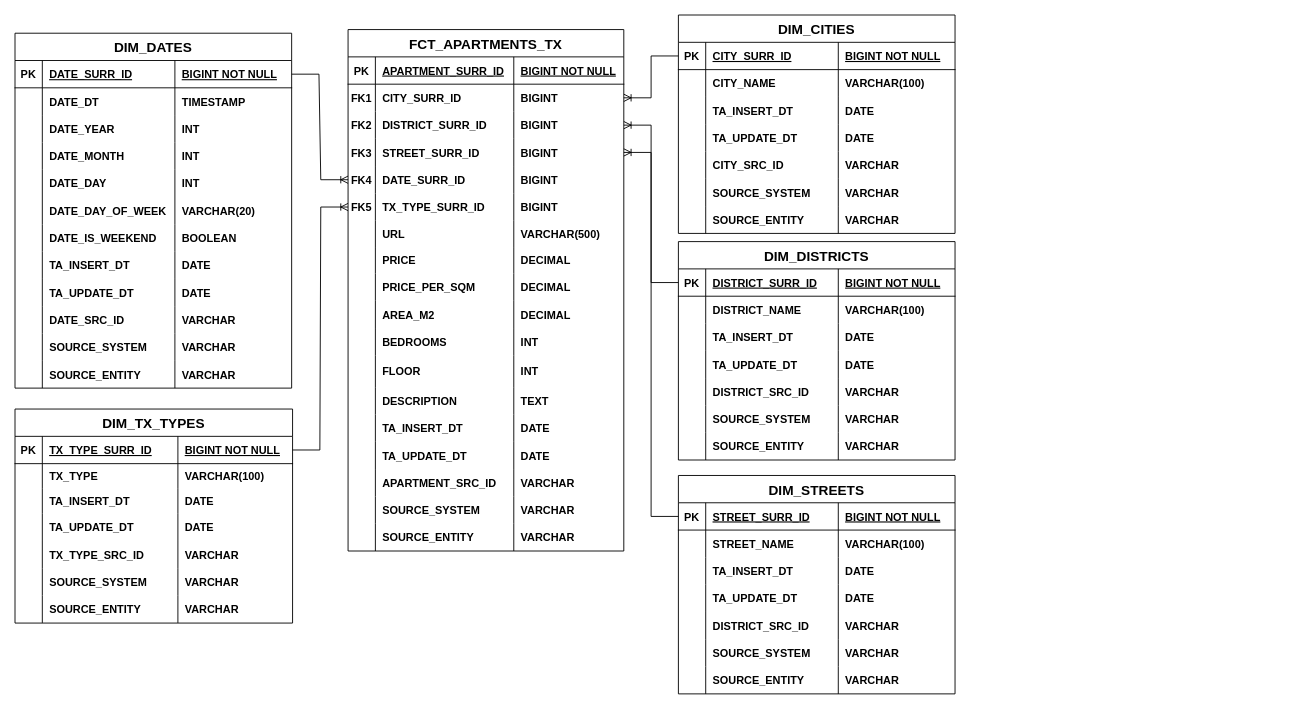
This is Apartments_Star_Schema.drawio from GiorgiEz/apartment-analytics, a draw.io file, before an edit. Source tidied: cells renumbered, new cells numbered last; positions are measured from the earlier drawing's top-left corner, leaving out a move shared by most shapes. Both pictures are drawn from the tidied source at 91%, with x=0, y=0 at pixel (15, 15).
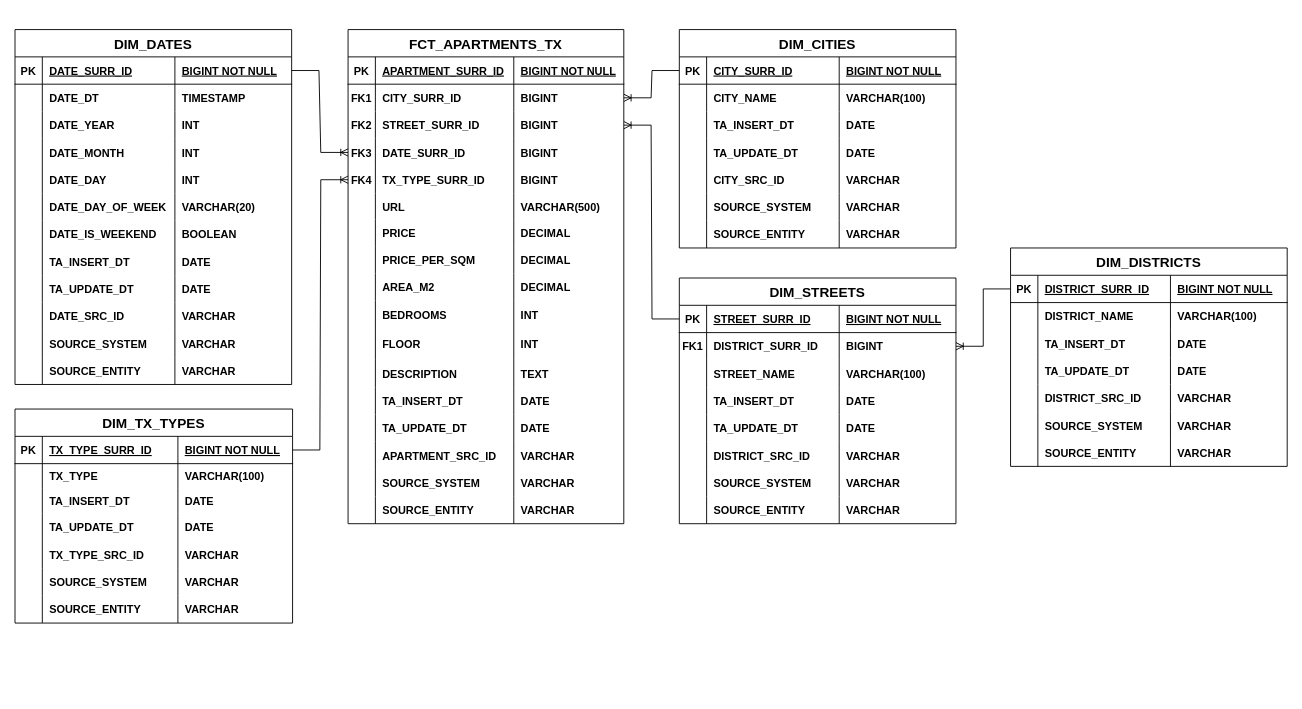
The same page after the edit.

Commit message:
Changed from star to snowflake schema, by removing district from fact table and adding in street table.

Unchanged cells that the change refers to:
```xml
<mxCell id="155" style="shape=partialRectangle;fillColor=none;points=[[0,0.5],[1,0.5]];portConstraint=eastwest;top=0;left=0;right=0;bottom=1;" parent="154" vertex="1">
  <mxGeometry y="30" width="304" height="30" as="geometry" />
</mxCell>
```

Change to the diagram source:
```diff
@@
     <mxCell id="2" value="FCT_APARTMENTS_TX" style="shape=table;startSize=30;childLayout=tableLayout;rowLines=0;fontStyle=1;align=center;fontSize=15;" parent="1" vertex="1">
-      <mxGeometry x="366" y="16" width="303" height="573" as="geometry" />
+      <mxGeometry x="366" y="16" width="303" height="543" as="geometry" />
     </mxCell>
@@
-    <mxCell id="11" style="shape=partialRectangle;fillColor=none;points=[[0,0.5],[1,0.5]];portConstraint=eastwest;top=0;left=0;right=0;bottom=0;" parent="2" vertex="1">
-      <mxGeometry y="90" width="303" height="30" as="geometry" />
-    </mxCell>
-    <mxCell id="12" value="FK2" style="shape=partialRectangle;overflow=hidden;fillColor=none;top=0;left=0;bottom=0;right=0;fontStyle=1;" parent="11" vertex="1">
-      <mxGeometry width="30" height="30" as="geometry" />
-    </mxCell>
-    <mxCell id="13" value="DISTRICT_SURR_ID" style="shape=partialRectangle;overflow=hidden;fillColor=none;top=0;left=0;bottom=0;right=0;align=left;spacingLeft=6;fontStyle=1;" parent="11" vertex="1">
-      <mxGeometry x="30" width="152.1" height="30" as="geometry" />
-    </mxCell>
-    <mxCell id="14" value="BIGINT" style="shape=partialRectangle;overflow=hidden;fillColor=none;top=0;left=0;bottom=0;right=0;align=left;spacingLeft=6;fontStyle=1;" parent="11" vertex="1">
-      <mxGeometry x="182.1" width="120.9" height="30" as="geometry" />
-    </mxCell>
     <mxCell id="15" style="shape=partialRectangle;fillColor=none;points=[[0,0.5],[1,0.5]];portConstraint=eastwest;top=0;left=0;right=0;bottom=0;" parent="2" vertex="1">
-      <mxGeometry y="120" width="303" height="30" as="geometry" />
+      <mxGeometry y="90" width="303" height="30" as="geometry" />
     </mxCell>
-    <mxCell id="16" value="FK3" style="shape=partialRectangle;overflow=hidden;fillColor=none;top=0;left=0;bottom=0;right=0;fontStyle=1;" parent="15" vertex="1">
+    <mxCell id="16" value="FK2" style="shape=partialRectangle;overflow=hidden;fillColor=none;top=0;left=0;bottom=0;right=0;fontStyle=1;" parent="15" vertex="1">
       <mxGeometry width="30" height="30" as="geometry" />
     </mxCell>
@@
     <mxCell id="19" style="shape=partialRectangle;fillColor=none;points=[[0,0.5],[1,0.5]];portConstraint=eastwest;top=0;left=0;right=0;bottom=0;" parent="2" vertex="1">
-      <mxGeometry y="150" width="303" height="30" as="geometry" />
+      <mxGeometry y="120" width="303" height="30" as="geometry" />
     </mxCell>
-    <mxCell id="20" value="FK4" style="shape=partialRectangle;overflow=hidden;fillColor=none;top=0;left=0;bottom=0;right=0;fontStyle=1;" parent="19" vertex="1">
+    <mxCell id="20" value="FK3" style="shape=partialRectangle;overflow=hidden;fillColor=none;top=0;left=0;bottom=0;right=0;fontStyle=1;" parent="19" vertex="1">
       <mxGeometry width="30" height="30" as="geometry" />
     </mxCell>
@@
     <mxCell id="23" style="shape=partialRectangle;fillColor=none;points=[[0,0.5],[1,0.5]];portConstraint=eastwest;top=0;left=0;right=0;bottom=0;" parent="2" vertex="1">
-      <mxGeometry y="180" width="303" height="30" as="geometry" />
+      <mxGeometry y="150" width="303" height="30" as="geometry" />
     </mxCell>
-    <mxCell id="24" value="FK5" style="shape=partialRectangle;overflow=hidden;fillColor=none;top=0;left=0;bottom=0;right=0;fontStyle=1;" parent="23" vertex="1">
+    <mxCell id="24" value="FK4" style="shape=partialRectangle;overflow=hidden;fillColor=none;top=0;left=0;bottom=0;right=0;fontStyle=1;" parent="23" vertex="1">
       <mxGeometry width="30" height="30" as="geometry" />
     </mxCell>
@@
     <mxCell id="27" style="shape=partialRectangle;fillColor=none;top=0;left=0;right=0;bottom=0;" parent="2" vertex="1">
-      <mxGeometry y="210" width="303" height="29" as="geometry" />
+      <mxGeometry y="180" width="303" height="29" as="geometry" />
     </mxCell>
@@
     <mxCell id="31" style="shape=partialRectangle;fillColor=none;top=0;left=0;right=0;bottom=0;" parent="2" vertex="1">
-      <mxGeometry y="239" width="303" height="29" as="geometry" />
+      <mxGeometry y="209" width="303" height="29" as="geometry" />
     </mxCell>
@@
     <mxCell id="35" style="shape=partialRectangle;fillColor=none;top=0;left=0;right=0;bottom=0;" parent="2" vertex="1">
-      <mxGeometry y="268" width="303" height="30" as="geometry" />
+      <mxGeometry y="238" width="303" height="30" as="geometry" />
     </mxCell>
@@
     <mxCell id="39" style="shape=partialRectangle;fillColor=none;top=0;left=0;right=0;bottom=0;" parent="2" vertex="1">
-      <mxGeometry y="298" width="303" height="30" as="geometry" />
+      <mxGeometry y="268" width="303" height="30" as="geometry" />
     </mxCell>
@@
     <mxCell id="43" style="shape=partialRectangle;fillColor=none;top=0;left=0;right=0;bottom=0;" parent="2" vertex="1">
-      <mxGeometry y="328" width="303" height="30" as="geometry" />
+      <mxGeometry y="298" width="303" height="30" as="geometry" />
     </mxCell>
@@
     <mxCell id="47" style="shape=partialRectangle;fillColor=none;top=0;left=0;right=0;bottom=0;" parent="2" vertex="1">
-      <mxGeometry y="358" width="303" height="35" as="geometry" />
+      <mxGeometry y="328" width="303" height="35" as="geometry" />
     </mxCell>
@@
     <mxCell id="51" style="shape=tableRow;horizontal=0;startSize=0;swimlaneHead=0;swimlaneBody=0;fillColor=none;top=0;left=0;right=0;bottom=0;" parent="2" vertex="1">
-      <mxGeometry y="393" width="303" height="30" as="geometry" />
+      <mxGeometry y="363" width="303" height="30" as="geometry" />
     </mxCell>
@@
     <mxCell id="55" style="shape=partialRectangle;fillColor=none;top=0;left=0;right=0;bottom=0;" parent="2" vertex="1">
-      <mxGeometry y="423" width="303" height="30" as="geometry" />
+      <mxGeometry y="393" width="303" height="30" as="geometry" />
     </mxCell>
@@
     <mxCell id="59" style="shape=partialRectangle;fillColor=none;top=0;left=0;right=0;bottom=0;" parent="2" vertex="1">
-      <mxGeometry y="453" width="303" height="30" as="geometry" />
+      <mxGeometry y="423" width="303" height="30" as="geometry" />
     </mxCell>
@@
     <mxCell id="63" style="shape=partialRectangle;fillColor=none;top=0;left=0;right=0;bottom=0;" parent="2" vertex="1">
-      <mxGeometry y="483" width="303" height="30" as="geometry" />
+      <mxGeometry y="453" width="303" height="30" as="geometry" />
     </mxCell>
@@
     <mxCell id="67" style="shape=partialRectangle;fillColor=none;top=0;left=0;right=0;bottom=0;" parent="2" vertex="1">
-      <mxGeometry y="513" width="303" height="30" as="geometry" />
+      <mxGeometry y="483" width="303" height="30" as="geometry" />
     </mxCell>
@@
     <mxCell id="71" style="shape=partialRectangle;fillColor=none;top=0;left=0;right=0;bottom=0;" parent="2" vertex="1">
-      <mxGeometry y="543" width="303" height="30" as="geometry" />
+      <mxGeometry y="513" width="303" height="30" as="geometry" />
     </mxCell>
@@
     <mxCell id="75" value="DIM_DATES" style="shape=table;startSize=30;childLayout=tableLayout;rowLines=0;fontStyle=1;align=center;fontSize=15;" parent="1" vertex="1">
-      <mxGeometry y="20" width="304" height="390" as="geometry" />
+      <mxGeometry y="16" width="304" height="390" as="geometry" />
     </mxCell>
@@
     <mxCell id="125" value="DIM_CITIES" style="shape=table;startSize=30;childLayout=tableLayout;rowLines=0;fontStyle=1;align=center;fontSize=15;" parent="1" vertex="1">
-      <mxGeometry x="729" width="304" height="240" as="geometry" />
+      <mxGeometry x="730" y="16" width="304" height="240" as="geometry" />
     </mxCell>
@@
     <mxCell id="154" value="DIM_DISTRICTS" style="shape=table;startSize=30;childLayout=tableLayout;rowLines=0;fontStyle=1;align=center;fontSize=15;" parent="1" vertex="1">
-      <mxGeometry x="729" y="249" width="304" height="240" as="geometry" />
+      <mxGeometry x="1094" y="256" width="304" height="240" as="geometry" />
     </mxCell>
@@
     <mxCell id="183" value="DIM_STREETS" style="shape=table;startSize=30;childLayout=tableLayout;rowLines=0;fontStyle=1;align=center;fontSize=15;" parent="1" vertex="1">
-      <mxGeometry x="729" y="506" width="304" height="240" as="geometry" />
+      <mxGeometry x="730" y="289" width="304" height="270" as="geometry" />
     </mxCell>
@@
+    <mxCell id="245" style="shape=tableRow;horizontal=0;startSize=0;swimlaneHead=0;swimlaneBody=0;fillColor=none;points=[[0,0.5],[1,0.5]];portConstraint=eastwest;top=0;left=0;right=0;bottom=0;" parent="183" vertex="1">
+      <mxGeometry y="60" width="304" height="30" as="geometry" />
+    </mxCell>
+    <mxCell id="246" value="FK1" style="shape=partialRectangle;fillColor=none;top=0;left=0;bottom=0;right=0;overflow=hidden;fontStyle=1;" parent="245" vertex="1">
+      <mxGeometry width="30" height="30" as="geometry" />
+    </mxCell>
+    <mxCell id="13" value="DISTRICT_SURR_ID" style="shape=partialRectangle;fillColor=none;top=0;left=0;bottom=0;right=0;align=left;spacingLeft=6;overflow=hidden;fontStyle=1;" parent="245" vertex="1">
+      <mxGeometry x="30" width="145.7" height="30" as="geometry" />
+    </mxCell>
+    <mxCell id="14" value="BIGINT" style="shape=partialRectangle;fillColor=none;top=0;left=0;bottom=0;right=0;align=left;spacingLeft=6;overflow=hidden;fontStyle=1;" parent="245" vertex="1">
+      <mxGeometry x="175.7" width="128.3" height="30" as="geometry" />
+    </mxCell>
     <mxCell id="188" style="shape=tableRow;horizontal=0;startSize=0;swimlaneHead=0;swimlaneBody=0;fillColor=none;top=0;left=0;right=0;bottom=0;" parent="183" vertex="1">
-      <mxGeometry y="60" width="304" height="30" as="geometry" />
+      <mxGeometry y="90" width="304" height="30" as="geometry" />
     </mxCell>
@@
     <mxCell id="192" style="shape=partialRectangle;fillColor=none;top=0;left=0;right=0;bottom=0;" parent="183" vertex="1">
-      <mxGeometry y="90" width="304" height="30" as="geometry" />
+      <mxGeometry y="120" width="304" height="30" as="geometry" />
     </mxCell>
@@
     <mxCell id="196" style="shape=partialRectangle;fillColor=none;top=0;left=0;right=0;bottom=0;" parent="183" vertex="1">
-      <mxGeometry y="120" width="304" height="30" as="geometry" />
+      <mxGeometry y="150" width="304" height="30" as="geometry" />
     </mxCell>
@@
     <mxCell id="200" style="shape=partialRectangle;fillColor=none;top=0;left=0;right=0;bottom=0;" parent="183" vertex="1">
-      <mxGeometry y="150" width="304" height="30" as="geometry" />
+      <mxGeometry y="180" width="304" height="30" as="geometry" />
     </mxCell>
@@
     <mxCell id="204" style="shape=partialRectangle;fillColor=none;top=0;left=0;right=0;bottom=0;" parent="183" vertex="1">
-      <mxGeometry y="180" width="304" height="30" as="geometry" />
+      <mxGeometry y="210" width="304" height="30" as="geometry" />
     </mxCell>
@@
     <mxCell id="208" style="shape=partialRectangle;fillColor=none;top=0;left=0;right=0;bottom=0;" parent="183" vertex="1">
-      <mxGeometry y="210" width="304" height="30" as="geometry" />
+      <mxGeometry y="240" width="304" height="30" as="geometry" />
     </mxCell>
@@
-    <mxCell id="242" style="edgeStyle=entityRelationEdgeStyle;fontSize=12;html=1;endArrow=ERoneToMany;rounded=0;" parent="1" edge="1" source="155" target="11">
-      <mxGeometry relative="1" as="geometry">
-        <Array as="points">
-          <mxPoint x="752" y="553" />
-        </Array>
-      </mxGeometry>
-    </mxCell>
@@
+    <mxCell id="247" style="edgeStyle=entityRelationEdgeStyle;fontSize=12;html=1;endArrow=ERoneToMany;rounded=0;" parent="1" edge="1" source="155" target="245">
+      <mxGeometry relative="1" as="geometry">
+        <Array as="points">
+          <mxPoint x="1147" y="740" />
+        </Array>
+      </mxGeometry>
+    </mxCell>
```
